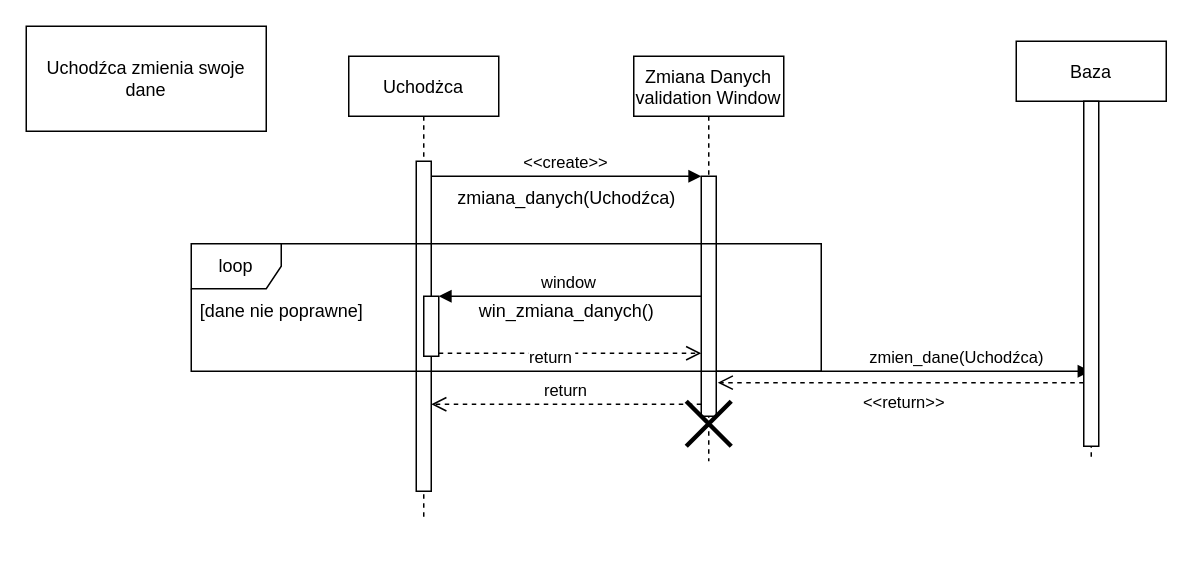
Earlier version of the draw.io diagram diagramy przebiegu/Uchodżca - diagram przebiegu.drawio (TheRipSon/inzyneria-oprogramowania). Source tidied: cells renumbered, new cells numbered last; positions are measured from the earlier drawing's top-left corner, leaving out a move shared by most shapes. Both pictures are drawn from the tidied source at 150%, with x=0, y=0 at pixel (26, 26).
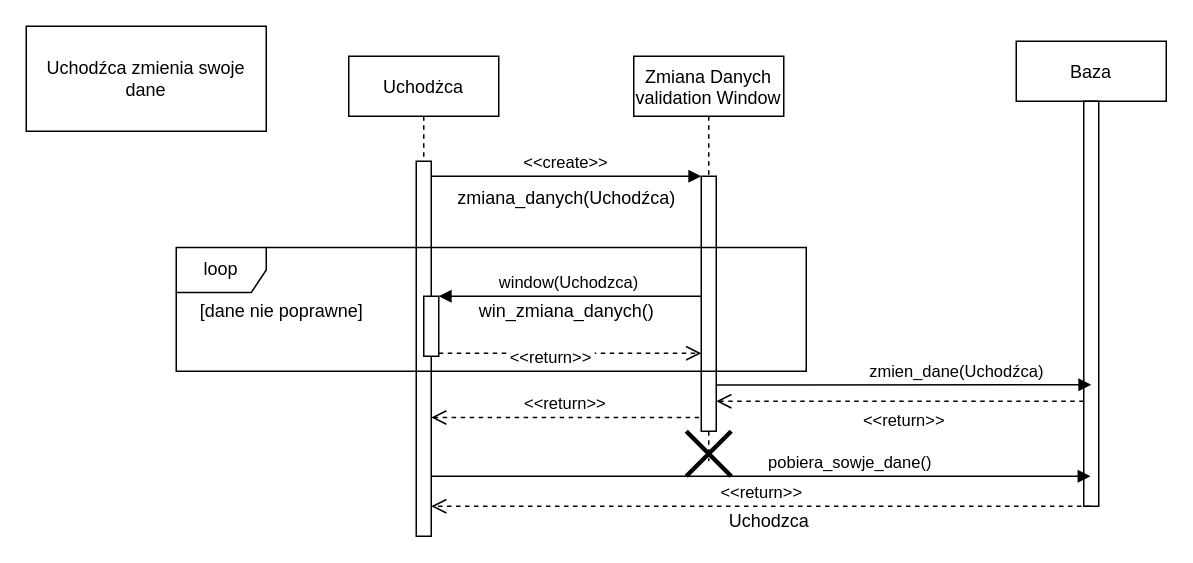
Above is the later version.

Unchanged cells that the change refers to:
```xml
<mxCell id="4" style="points=[];perimeter=orthogonalPerimeter;rounded=0;shadow=0;strokeWidth=1;" parent="2" vertex="1">
  <mxGeometry x="50" y="160" width="10" height="40" as="geometry" />
</mxCell>
<mxCell id="5" value="Zmiana Danych&#10;validation Window" style="shape=umlLifeline;perimeter=lifelinePerimeter;rounded=0;shadow=0;strokeWidth=1;" parent="1" vertex="1">
  <mxGeometry x="405" y="20" width="100" height="270" as="geometry" />
</mxCell>
```

What changed in the source:
```diff
@@
     <mxCell id="2" value="Uchodżca" style="shape=umlLifeline;perimeter=lifelinePerimeter;rounded=0;shadow=0;strokeWidth=1;" parent="1" vertex="1">
-      <mxGeometry x="215" y="20" width="100" height="310" as="geometry" />
+      <mxGeometry x="215" y="20" width="100" height="320" as="geometry" />
     </mxCell>
     <mxCell id="3" style="points=[];perimeter=orthogonalPerimeter;rounded=0;shadow=0;strokeWidth=1;" parent="2" vertex="1">
-      <mxGeometry x="45" y="70" width="10" height="220" as="geometry" />
+      <mxGeometry x="45" y="70" width="10" height="250" as="geometry" />
     </mxCell>
@@
     <mxCell id="6" style="points=[];perimeter=orthogonalPerimeter;rounded=0;shadow=0;strokeWidth=1;" parent="5" vertex="1">
-      <mxGeometry x="45" y="80" width="10" height="160" as="geometry" />
+      <mxGeometry x="45" y="80" width="10" height="170" as="geometry" />
     </mxCell>
-    <mxCell id="7" style="shape=umlDestroy;whiteSpace=wrap;html=1;strokeWidth=3;" parent="5" vertex="1">
-      <mxGeometry x="35" y="230" width="30" height="30" as="geometry" />
-    </mxCell>
-    <mxCell id="8" value="zmien_dane(Uchodźca)" style="html=1;verticalAlign=bottom;endArrow=block;rounded=0;" parent="5" edge="1" target="15">
-      <mxGeometry x="0.28" relative="1" as="geometry">
-        <mxPoint x="55" y="210" as="sourcePoint" />
-      </mxGeometry>
-    </mxCell>
-    <mxCell id="9" value="return" style="verticalAlign=bottom;endArrow=open;dashed=1;endSize=8;exitX=0;exitY=0.95;shadow=0;strokeWidth=1;" parent="1" edge="1" source="6" target="3">
+    <mxCell id="9" value="&lt;&lt;return&gt;&gt;" style="verticalAlign=bottom;endArrow=open;dashed=1;endSize=8;exitX=-0.14;exitY=0.946;shadow=0;strokeWidth=1;exitDx=0;exitDy=0;exitPerimeter=0;" parent="1" edge="1" source="6" target="3">
       <mxGeometry relative="1" as="geometry" />
     </mxCell>
@@
-    <mxCell id="11" value="window" style="verticalAlign=bottom;endArrow=block;shadow=0;strokeWidth=1;" parent="1" edge="1" source="6" target="4">
+    <mxCell id="11" value="window(Uchodzca)" style="verticalAlign=bottom;endArrow=block;shadow=0;strokeWidth=1;" parent="1" edge="1" source="6" target="4">
       <mxGeometry relative="1" as="geometry">
         <Array as="points">
           <mxPoint x="345" y="180" />
         </Array>
       </mxGeometry>
     </mxCell>
-    <mxCell id="12" value="return" style="verticalAlign=bottom;endArrow=open;dashed=1;endSize=8;exitX=1;exitY=0.95;shadow=0;strokeWidth=1;" parent="1" edge="1" source="4" target="6">
+    <mxCell id="12" value="&lt;&lt;return&gt;&gt;" style="verticalAlign=bottom;endArrow=open;dashed=1;endSize=8;exitX=1;exitY=0.95;shadow=0;strokeWidth=1;" parent="1" edge="1" source="4" target="6">
       <mxGeometry x="-0.14" y="-12" relative="1" as="geometry">
         <Array as="points">
           <mxPoint x="320" y="218" />
         </Array>
       </mxGeometry>
     </mxCell>
@@
     <mxCell id="15" value="Baza" style="shape=umlLifeline;perimeter=lifelinePerimeter;rounded=0;shadow=0;strokeWidth=1;" parent="1" vertex="1">
-      <mxGeometry x="660" y="10" width="100" height="280" as="geometry" />
+      <mxGeometry x="660" y="10" width="100" height="310" as="geometry" />
     </mxCell>
     <mxCell id="16" style="points=[];perimeter=orthogonalPerimeter;rounded=0;shadow=0;strokeWidth=1;" parent="15" vertex="1">
-      <mxGeometry x="45" y="40" width="10" height="230" as="geometry" />
+      <mxGeometry x="45" y="40" width="10" height="270" as="geometry" />
     </mxCell>
-    <mxCell id="17" value="&amp;lt;&amp;lt;return&amp;gt;&amp;gt;" style="html=1;verticalAlign=bottom;endArrow=open;dashed=1;endSize=8;rounded=0;entryX=1.1;entryY=0.86;entryDx=0;entryDy=0;entryPerimeter=0;" parent="1" edge="1" source="16" target="6">
-      <mxGeometry x="-0.02" y="22" relative="1" as="geometry" />
+    <mxCell id="17" value="&amp;lt;&amp;lt;return&amp;gt;&amp;gt;" style="html=1;verticalAlign=bottom;endArrow=open;dashed=1;endSize=8;rounded=0;" parent="1" edge="1" source="16">
+      <mxGeometry x="-0.02" y="22" relative="1" as="geometry">
+        <mxPoint x="460" y="250" as="targetPoint" />
+        <Array as="points">
+          <mxPoint x="550" y="250" />
+        </Array>
+      </mxGeometry>
     </mxCell>
     <mxCell id="18" value="loop" style="shape=umlFrame;whiteSpace=wrap;html=1;" parent="1" vertex="1">
-      <mxGeometry x="110" y="145" width="420" height="85" as="geometry" />
+      <mxGeometry x="100" y="147.5" width="420" height="82.5" as="geometry" />
     </mxCell>
@@
+    <mxCell id="21" value="&amp;lt;&amp;lt;return&amp;gt;&amp;gt;" style="html=1;verticalAlign=bottom;endArrow=open;dashed=1;endSize=8;rounded=0;" parent="1" edge="1" source="15">
+      <mxGeometry relative="1" as="geometry">
+        <mxPoint x="270" y="320" as="targetPoint" />
+        <Array as="points">
+          <mxPoint x="620" y="320" />
+        </Array>
+      </mxGeometry>
+    </mxCell>
+    <mxCell id="22" value="Uchodzca" style="text;html=1;align=center;verticalAlign=middle;strokeColor=none;fillColor=none;" parent="1" vertex="1">
+      <mxGeometry x="460" y="320" width="70" height="20" as="geometry" />
+    </mxCell>
+    <mxCell id="23" value="pobiera_sowje_dane()" style="html=1;verticalAlign=bottom;endArrow=block;rounded=0;" parent="1" edge="1" source="3" target="15">
+      <mxGeometry x="0.27" relative="1" as="geometry">
+        <Array as="points">
+          <mxPoint x="620" y="300" />
+        </Array>
+      </mxGeometry>
+    </mxCell>
+    <mxCell id="7" style="shape=umlDestroy;whiteSpace=wrap;html=1;strokeWidth=3;" parent="1" vertex="1">
+      <mxGeometry x="440" y="270" width="30" height="30" as="geometry" />
+    </mxCell>
+    <mxCell id="8" value="zmien_dane(Uchodźca)" style="html=1;verticalAlign=bottom;endArrow=block;rounded=0;exitX=0.98;exitY=0.819;exitDx=0;exitDy=0;exitPerimeter=0;" parent="1" edge="1" source="6">
+      <mxGeometry x="0.28" relative="1" as="geometry">
+        <mxPoint x="710" y="239" as="targetPoint" />
+      </mxGeometry>
+    </mxCell>
```
